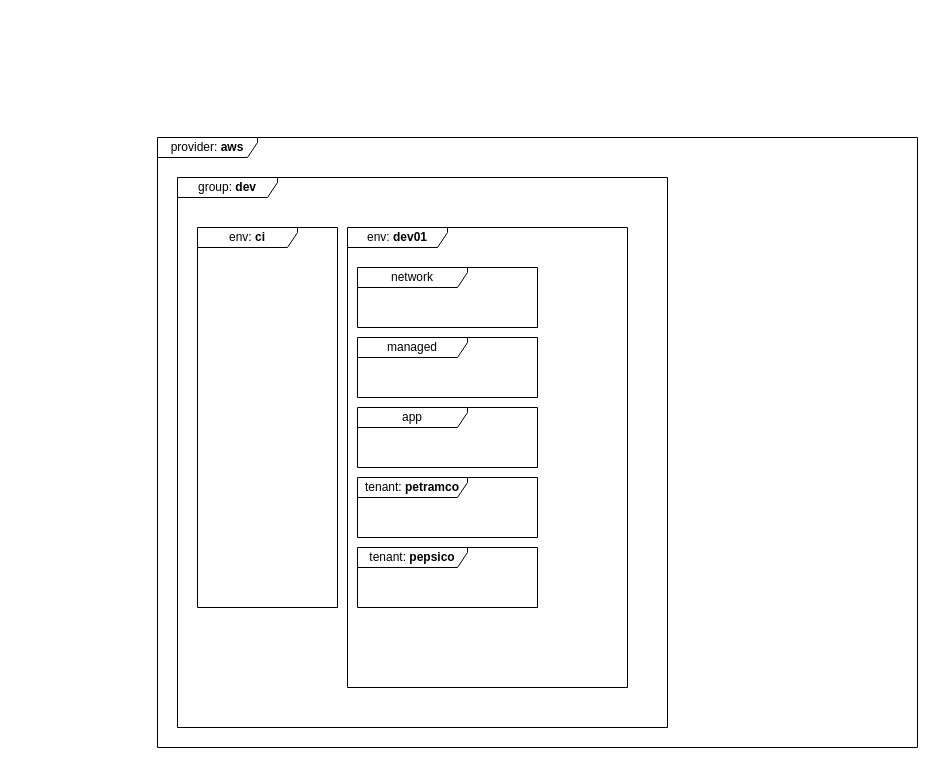
This is layers.drawio from project-talan/tln-clouds, a draw.io file, before an edit. Source tidied: cells renumbered, new cells numbered last; positions are measured from the earlier drawing's top-left corner, leaving out a move shared by most shapes. Both pictures are drawn from the tidied source at 100%, with x=0, y=0 at pixel (157, 137).
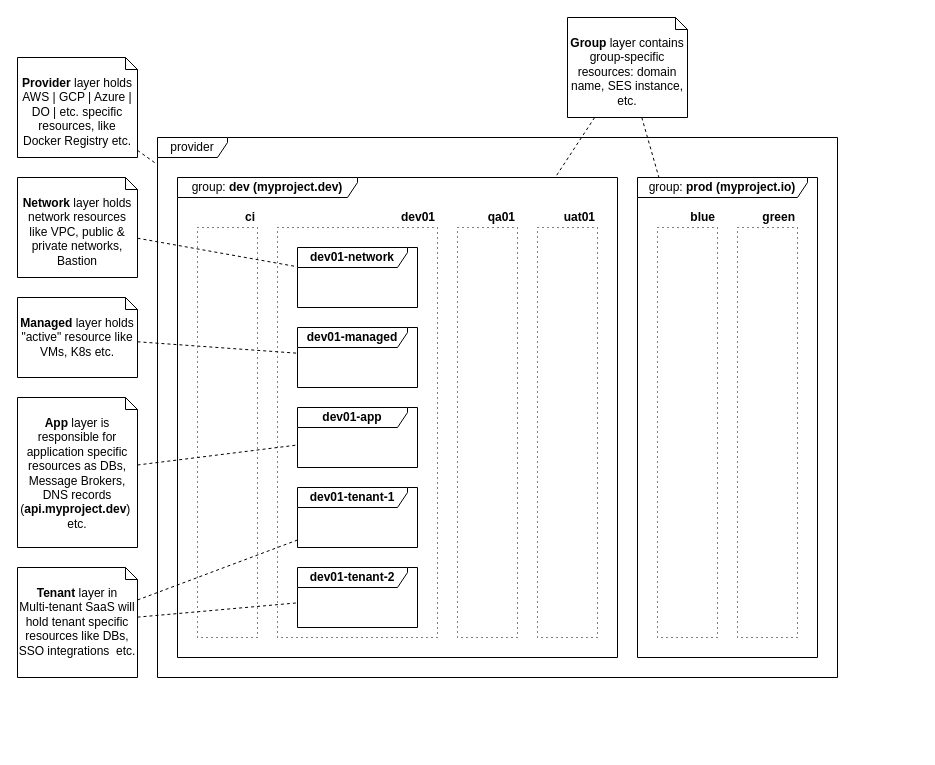
The same page after the edit.

Change to the diagram source:
```diff
@@
+    <mxCell id="11" style="rounded=0;whiteSpace=wrap;html=1;fillColor=none;dashed=1;dashPattern=1 4;" parent="1" vertex="1">
+      <mxGeometry x="120" y="90" width="160" height="410" as="geometry" />
+    </mxCell>
+    <mxCell id="12" style="rounded=0;whiteSpace=wrap;html=1;fillColor=none;dashed=1;dashPattern=1 4;" parent="1" vertex="1">
+      <mxGeometry x="40" y="90" width="60" height="410" as="geometry" />
+    </mxCell>
-    <mxCell id="2" value="provider: &lt;b&gt;aws&lt;/b&gt;" style="shape=umlFrame;whiteSpace=wrap;html=1;width=100;height=20;" parent="1" vertex="1">
-      <mxGeometry width="760" height="610" as="geometry" />
+    <mxCell id="2" value="provider" style="shape=umlFrame;whiteSpace=wrap;html=1;width=70;height=20;align=center;" parent="1" vertex="1">
+      <mxGeometry width="680" height="540" as="geometry" />
     </mxCell>
-    <mxCell id="3" value="group: &lt;b&gt;dev&lt;/b&gt;" style="shape=umlFrame;whiteSpace=wrap;html=1;width=100;height=20;" parent="1" vertex="1">
-      <mxGeometry x="20" y="40" width="490" height="550" as="geometry" />
+    <mxCell id="3" value="group: &lt;b&gt;dev (myproject.dev)&lt;/b&gt;" style="shape=umlFrame;whiteSpace=wrap;html=1;width=180;height=20;" parent="1" vertex="1">
+      <mxGeometry x="20" y="40" width="440" height="480" as="geometry" />
     </mxCell>
-    <mxCell id="4" value="env: &lt;b&gt;ci&lt;/b&gt;" style="shape=umlFrame;whiteSpace=wrap;html=1;width=100;height=20;" parent="1" vertex="1">
-      <mxGeometry x="40" y="90" width="140" height="380" as="geometry" />
-    </mxCell>
-    <mxCell id="5" value="env: &lt;b&gt;dev01&lt;/b&gt;" style="shape=umlFrame;whiteSpace=wrap;html=1;width=100;height=20;" parent="1" vertex="1">
-      <mxGeometry x="190" y="90" width="280" height="460" as="geometry" />
-    </mxCell>
-    <mxCell id="6" value="network" style="shape=umlFrame;whiteSpace=wrap;html=1;width=110;height=20;" parent="1" vertex="1">
-      <mxGeometry x="200" y="130" width="180" height="60" as="geometry" />
+    <mxCell id="6" value="&lt;b&gt;dev01-network&lt;/b&gt;" style="shape=umlFrame;whiteSpace=wrap;html=1;width=110;height=20;" parent="1" vertex="1">
+      <mxGeometry x="140" y="110" width="120" height="60" as="geometry" />
     </mxCell>
-    <mxCell id="7" value="managed" style="shape=umlFrame;whiteSpace=wrap;html=1;width=110;height=20;" parent="1" vertex="1">
-      <mxGeometry x="200" y="200" width="180" height="60" as="geometry" />
+    <mxCell id="7" value="&lt;b&gt;dev01-managed&lt;/b&gt;" style="shape=umlFrame;whiteSpace=wrap;html=1;width=110;height=20;" parent="1" vertex="1">
+      <mxGeometry x="140" y="190" width="120" height="60" as="geometry" />
     </mxCell>
-    <mxCell id="8" value="app" style="shape=umlFrame;whiteSpace=wrap;html=1;width=110;height=20;" parent="1" vertex="1">
-      <mxGeometry x="200" y="270" width="180" height="60" as="geometry" />
+    <mxCell id="8" value="&lt;b&gt;dev01-app&lt;/b&gt;" style="shape=umlFrame;whiteSpace=wrap;html=1;width=110;height=20;" parent="1" vertex="1">
+      <mxGeometry x="140" y="270" width="120" height="60" as="geometry" />
     </mxCell>
-    <mxCell id="9" value="tenant: &lt;b&gt;petramco&lt;/b&gt;" style="shape=umlFrame;whiteSpace=wrap;html=1;width=110;height=20;" parent="1" vertex="1">
-      <mxGeometry x="200" y="340" width="180" height="60" as="geometry" />
+    <mxCell id="9" value="&lt;b&gt;dev01-tenant-2&lt;/b&gt;" style="shape=umlFrame;whiteSpace=wrap;html=1;width=110;height=20;" parent="1" vertex="1">
+      <mxGeometry x="140" y="430" width="120" height="60" as="geometry" />
     </mxCell>
-    <mxCell id="10" value="tenant: &lt;b&gt;pepsico&lt;/b&gt;" style="shape=umlFrame;whiteSpace=wrap;html=1;width=110;height=20;" parent="1" vertex="1">
-      <mxGeometry x="200" y="410" width="180" height="60" as="geometry" />
-    </mxCell>
+    <mxCell id="13" value="group: &lt;b&gt;prod (myproject.io)&lt;/b&gt;" style="shape=umlFrame;whiteSpace=wrap;html=1;width=170;height=20;" parent="1" vertex="1">
+      <mxGeometry x="480" y="40" width="180" height="480" as="geometry" />
+    </mxCell>
+    <mxCell id="14" value="&lt;b&gt;Provider&lt;/b&gt; layer holds AWS | GCP | Azure | DO | etc. specific resources, like Docker Registry etc." style="shape=note2;boundedLbl=1;whiteSpace=wrap;html=1;size=12;verticalAlign=top;align=center;" parent="1" vertex="1">
+      <mxGeometry x="-140" y="-80" width="120" height="100" as="geometry" />
+    </mxCell>
+    <mxCell id="15" style="endArrow=none;dashed=1;html=1;rounded=0;" parent="1" edge="1" source="14" target="2">
+      <mxGeometry relative="1" as="geometry" />
+    </mxCell>
+    <mxCell id="16" value="&lt;b&gt;Group&lt;/b&gt; layer contains group-specific resources: domain name, SES instance, etc." style="shape=note2;boundedLbl=1;whiteSpace=wrap;html=1;size=12;verticalAlign=top;align=center;" parent="1" vertex="1">
+      <mxGeometry x="410" y="-120" width="120" height="100" as="geometry" />
+    </mxCell>
+    <mxCell id="17" style="endArrow=none;dashed=1;html=1;rounded=0;" parent="1" edge="1" source="16" target="3">
+      <mxGeometry relative="1" as="geometry" />
+    </mxCell>
+    <mxCell id="18" style="endArrow=none;dashed=1;html=1;rounded=0;" parent="1" edge="1" source="16" target="13">
+      <mxGeometry relative="1" as="geometry" />
+    </mxCell>
+    <mxCell id="19" value="&lt;b&gt;ci&lt;/b&gt;" style="text;html=1;strokeColor=none;fillColor=none;align=right;verticalAlign=middle;whiteSpace=wrap;rounded=0;" parent="1" vertex="1">
+      <mxGeometry x="60" y="70" width="40" height="20" as="geometry" />
+    </mxCell>
+    <mxCell id="20" value="&lt;b&gt;dev01&lt;/b&gt;" style="text;html=1;strokeColor=none;fillColor=none;align=right;verticalAlign=middle;whiteSpace=wrap;rounded=0;" parent="1" vertex="1">
+      <mxGeometry x="240" y="70" width="40" height="20" as="geometry" />
+    </mxCell>
+    <mxCell id="21" style="rounded=0;whiteSpace=wrap;html=1;fillColor=none;dashed=1;dashPattern=1 4;" parent="1" vertex="1">
+      <mxGeometry x="300" y="90" width="60" height="410" as="geometry" />
+    </mxCell>
+    <mxCell id="22" style="rounded=0;whiteSpace=wrap;html=1;fillColor=none;dashed=1;dashPattern=1 4;" parent="1" vertex="1">
+      <mxGeometry x="380" y="90" width="60" height="410" as="geometry" />
+    </mxCell>
+    <mxCell id="23" value="&lt;b&gt;qa01&lt;/b&gt;" style="text;html=1;strokeColor=none;fillColor=none;align=right;verticalAlign=middle;whiteSpace=wrap;rounded=0;" parent="1" vertex="1">
+      <mxGeometry x="320" y="70" width="40" height="20" as="geometry" />
+    </mxCell>
+    <mxCell id="24" value="&lt;b&gt;uat01&lt;/b&gt;" style="text;html=1;strokeColor=none;fillColor=none;align=right;verticalAlign=middle;whiteSpace=wrap;rounded=0;" parent="1" vertex="1">
+      <mxGeometry x="400" y="70" width="40" height="20" as="geometry" />
+    </mxCell>
+    <mxCell id="25" value="&lt;b&gt;dev01-tenant-1&lt;/b&gt;" style="shape=umlFrame;whiteSpace=wrap;html=1;width=110;height=20;" parent="1" vertex="1">
+      <mxGeometry x="140" y="350" width="120" height="60" as="geometry" />
+    </mxCell>
+    <mxCell id="26" style="rounded=0;whiteSpace=wrap;html=1;fillColor=none;dashed=1;dashPattern=1 4;" parent="1" vertex="1">
+      <mxGeometry x="500" y="90" width="60" height="410" as="geometry" />
+    </mxCell>
+    <mxCell id="27" value="&lt;b&gt;blue&lt;/b&gt;" style="text;html=1;strokeColor=none;fillColor=none;align=right;verticalAlign=middle;whiteSpace=wrap;rounded=0;" parent="1" vertex="1">
+      <mxGeometry x="520" y="70" width="40" height="20" as="geometry" />
+    </mxCell>
+    <mxCell id="28" style="rounded=0;whiteSpace=wrap;html=1;fillColor=none;dashed=1;dashPattern=1 4;" parent="1" vertex="1">
+      <mxGeometry x="580" y="90" width="60" height="410" as="geometry" />
+    </mxCell>
+    <mxCell id="29" value="&lt;b&gt;green&lt;/b&gt;" style="text;html=1;strokeColor=none;fillColor=none;align=right;verticalAlign=middle;whiteSpace=wrap;rounded=0;" parent="1" vertex="1">
+      <mxGeometry x="600" y="70" width="40" height="20" as="geometry" />
+    </mxCell>
+    <mxCell id="30" value="&lt;b&gt;Network&lt;/b&gt;&amp;nbsp;layer holds network resources like VPC, public &amp;amp; private networks, Bastion" style="shape=note2;boundedLbl=1;whiteSpace=wrap;html=1;size=12;verticalAlign=top;align=center;" parent="1" vertex="1">
+      <mxGeometry x="-140" y="40" width="120" height="100" as="geometry" />
+    </mxCell>
+    <mxCell id="31" style="endArrow=none;dashed=1;html=1;rounded=0;" parent="1" edge="1" source="30" target="6">
+      <mxGeometry relative="1" as="geometry" />
+    </mxCell>
+    <mxCell id="32" value="&lt;b&gt;Managed&lt;/b&gt;&amp;nbsp;layer holds &quot;active&quot; resource like VMs, K8s etc." style="shape=note2;boundedLbl=1;whiteSpace=wrap;html=1;size=12;verticalAlign=top;align=center;" parent="1" vertex="1">
+      <mxGeometry x="-140" y="160" width="120" height="80" as="geometry" />
+    </mxCell>
+    <mxCell id="33" style="endArrow=none;dashed=1;html=1;rounded=0;" parent="1" edge="1" source="32" target="7">
+      <mxGeometry relative="1" as="geometry" />
+    </mxCell>
+    <mxCell id="34" value="&lt;b&gt;App&lt;/b&gt;&amp;nbsp;layer is responsible for application specific resources as DBs, Message Brokers, DNS records (&lt;b&gt;api.myproject.dev&lt;/b&gt;)&amp;nbsp; etc." style="shape=note2;boundedLbl=1;whiteSpace=wrap;html=1;size=12;verticalAlign=top;align=center;" parent="1" vertex="1">
+      <mxGeometry x="-140" y="260" width="120" height="150" as="geometry" />
+    </mxCell>
+    <mxCell id="35" value="&lt;b&gt;Tenant&lt;/b&gt;&amp;nbsp;layer in&lt;br&gt;Multi-tenant SaaS will hold tenant specific resources like DBs, SSO integrations&amp;nbsp; etc." style="shape=note2;boundedLbl=1;whiteSpace=wrap;html=1;size=12;verticalAlign=top;align=center;" parent="1" vertex="1">
+      <mxGeometry x="-140" y="430" width="120" height="110" as="geometry" />
+    </mxCell>
+    <mxCell id="36" style="endArrow=none;dashed=1;html=1;rounded=0;" parent="1" edge="1" source="34" target="8">
+      <mxGeometry relative="1" as="geometry" />
+    </mxCell>
+    <mxCell id="37" style="endArrow=none;dashed=1;html=1;rounded=0;" parent="1" edge="1" source="35" target="25">
+      <mxGeometry relative="1" as="geometry" />
+    </mxCell>
+    <mxCell id="38" style="endArrow=none;dashed=1;html=1;rounded=0;" parent="1" edge="1" source="35" target="9">
+      <mxGeometry relative="1" as="geometry" />
+    </mxCell>
```
